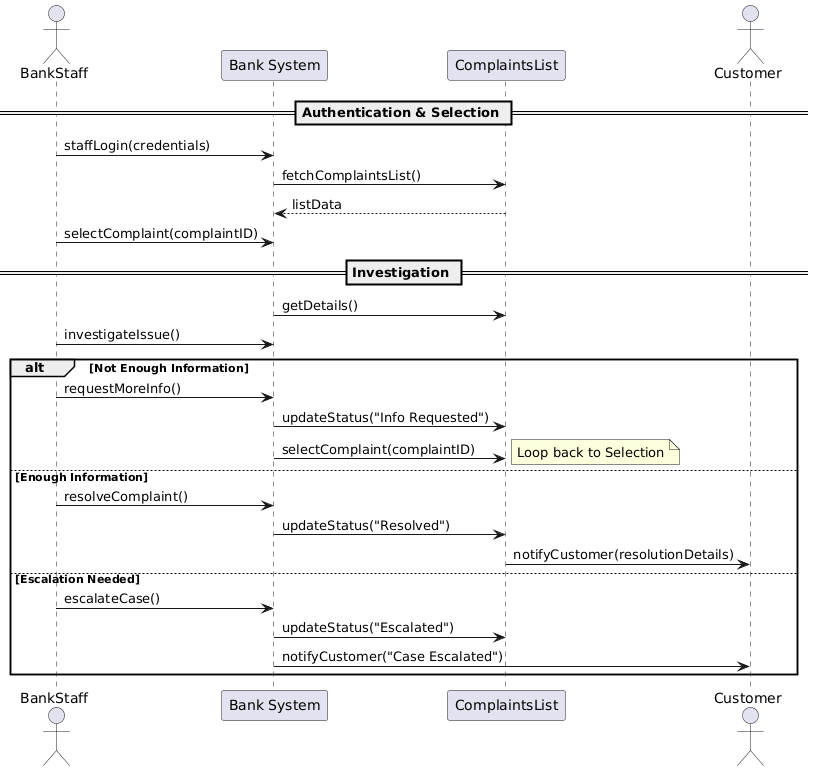
This is Diagrams/Sequence Diagrams/SC_CS_05.png from erindkotobelli12/BankManagementSystem, a PlantUML export, as it was before one commit.
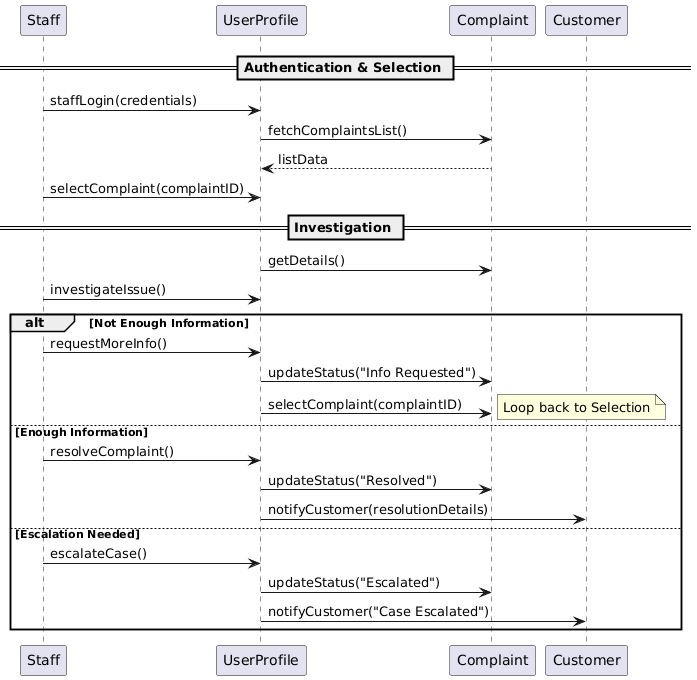
The same file after the commit.

What changed in the source:
```diff
@@ -1,31 +1,31 @@
 @startuml
-actor BankStaff
-participant "Bank System" as Portal
-participant "ComplaintsList" as Comp
-actor Customer
+participant Staff
+participant UserProfile
+participant Complaint
+participant Customer
 
 == Authentication & Selection ==
-BankStaff -> Portal : staffLogin(credentials)
-Portal -> Comp : fetchComplaintsList()
-Comp --> Portal : listData
-BankStaff -> Portal : selectComplaint(complaintID)
+Staff -> UserProfile : staffLogin(credentials)
+UserProfile -> Complaint : fetchComplaintsList()
+Complaint --> UserProfile : listData
+Staff -> UserProfile : selectComplaint(complaintID)
 
 == Investigation ==
-Portal -> Comp : getDetails()
-BankStaff -> Portal : investigateIssue()
+UserProfile -> Complaint : getDetails()
+Staff -> UserProfile : investigateIssue()
 
 alt Not Enough Information
-    BankStaff -> Portal : requestMoreInfo()
-    Portal -> Comp : updateStatus("Info Requested")
-    Portal -> Comp : selectComplaint(complaintID)
+    Staff -> UserProfile : requestMoreInfo()
+    UserProfile -> Complaint : updateStatus("Info Requested")
+    UserProfile -> Complaint : selectComplaint(complaintID)
     note right: Loop back to Selection
 else Enough Information
-    BankStaff -> Portal : resolveComplaint()
-    Portal -> Comp : updateStatus("Resolved")
-    Comp -> Customer : notifyCustomer(resolutionDetails)
+    Staff -> UserProfile : resolveComplaint()
+    UserProfile -> Complaint : updateStatus("Resolved")
+    UserProfile -> Customer : notifyCustomer(resolutionDetails)
 else Escalation Needed
-    BankStaff -> Portal : escalateCase()
-    Portal -> Comp : updateStatus("Escalated")
-    Portal -> Customer : notifyCustomer("Case Escalated")
+    Staff -> UserProfile : escalateCase()
+    UserProfile -> Complaint : updateStatus("Escalated")
+    UserProfile -> Customer : notifyCustomer("Case Escalated")
 end
 @enduml
```
